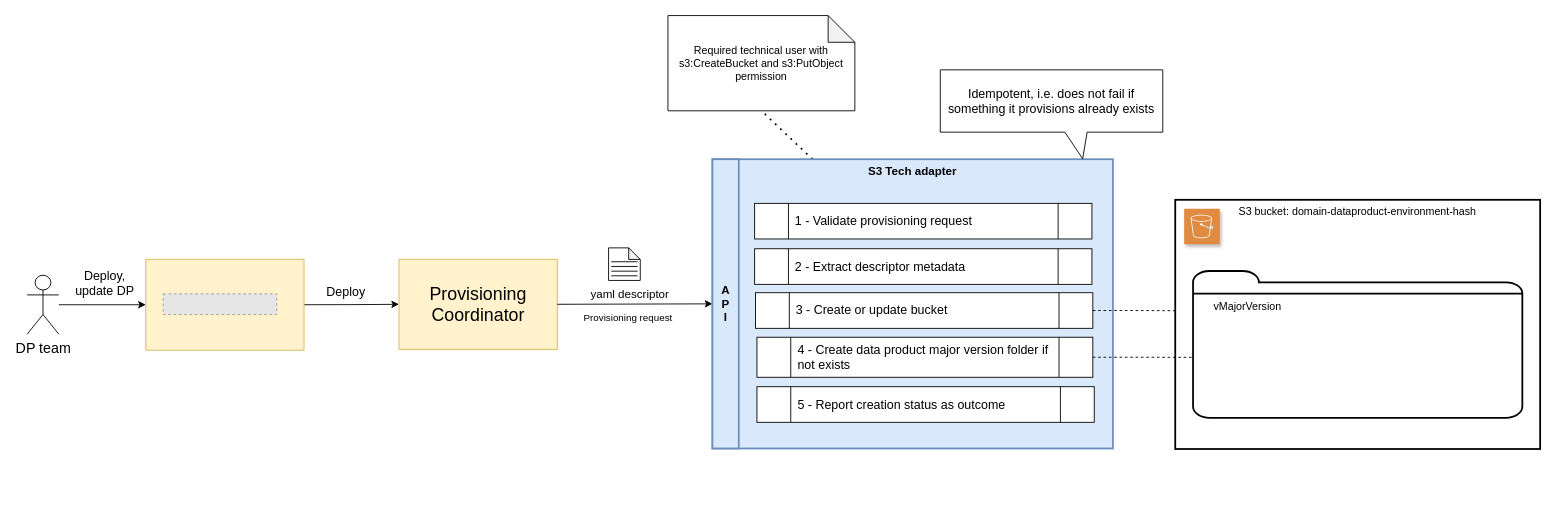
The draw.io diagram page "S3 bucket - provisioning" (1 of 2) of docs/HLD.drawio in agile-lab-dev/witboost-aws-s3-tech-adapter, before the edit. Source tidied: cells renumbered, new cells numbered last; positions are measured from the earlier drawing's top-left corner, leaving out a move shared by most shapes. Both pictures are drawn from the tidied source at 89%, with x=0, y=0 at pixel (27, 15). Pictures stored in the file or linked from it are replaced by grey dashed boxes.
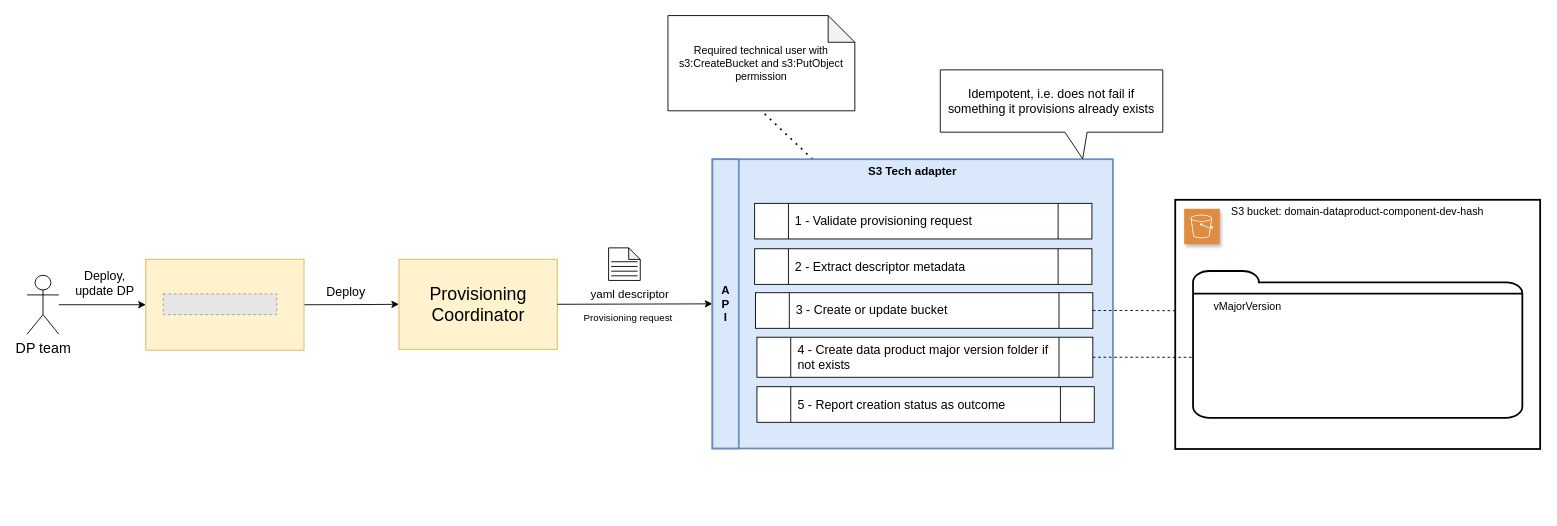
The same page after the edit.

Commit message (it also covers changes not shown here):
[EUR-48] One bucket per component

Diff of the diagram source:
```diff
@@
-    <mxCell id="2" value="S3 bucket: domain-dataproduct-environment-hash" style="rounded=0;whiteSpace=wrap;html=1;verticalAlign=top;align=center;strokeWidth=2;" parent="1" vertex="1">
+    <mxCell id="2" value="S3 bucket: domain-dataproduct-component-dev-hash" style="rounded=0;whiteSpace=wrap;html=1;verticalAlign=top;align=center;strokeWidth=2;" parent="1" vertex="1">
       <mxGeometry x="1290" y="207" width="410" height="280" as="geometry" />
     </mxCell>
```
